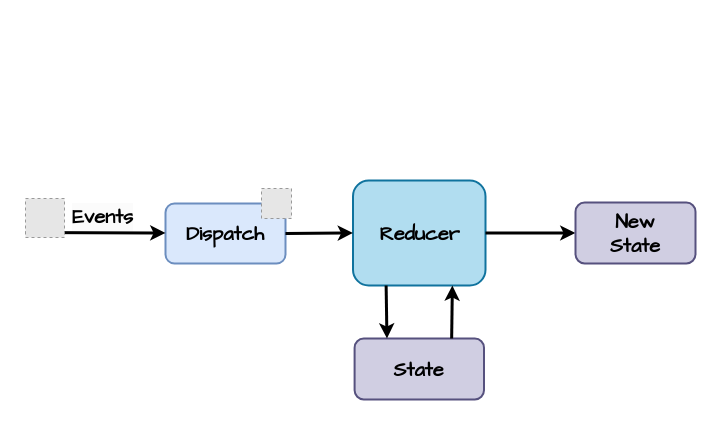
This is page "reducer-pattern" (8 of 10) of docs/drawio/kresil-diagrams.drawio from kresil/project-documentation, a draw.io file, before an edit. Source tidied: cells renumbered, new cells numbered last; positions are measured from the earlier drawing's top-left corner, leaving out a move shared by most shapes. Both pictures are drawn from the tidied source at 100%, with x=0, y=0 at pixel (25, 180). Pictures stored in the file or linked from it are replaced by grey dashed boxes.
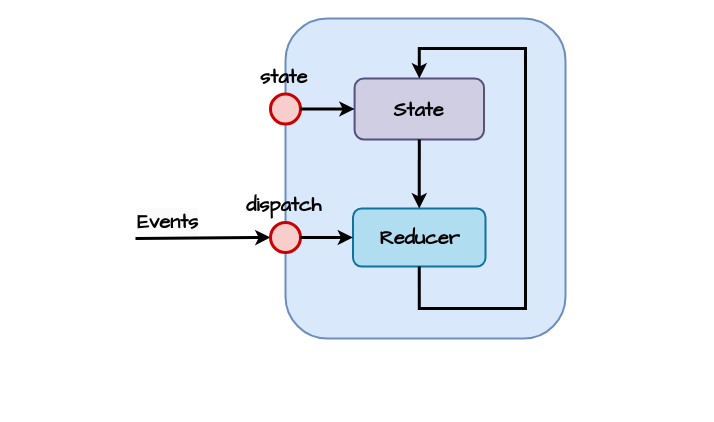
The same diagram, later.

Diff of the diagram source:
```diff
@@
 <mxGraphModel>
   <root>
     <mxCell id="0" />
     <mxCell id="1" parent="0" />
+    <mxCell id="14" style="rounded=1;whiteSpace=wrap;html=1;fillColor=#dae8fc;strokeColor=#6c8ebf;fillStyle=solid;strokeWidth=2;" parent="1" vertex="1">
+      <mxGeometry x="260" y="-162" width="280" height="320" as="geometry" />
+    </mxCell>
     <mxCell id="2" value="&lt;font size=&quot;1&quot; face=&quot;Comic Sans MS&quot;&gt;&lt;b style=&quot;font-size: 20px;&quot;&gt;Reducer&lt;/b&gt;&lt;/font&gt;" style="rounded=1;whiteSpace=wrap;html=1;fillColor=#b1ddf0;strokeColor=#10739e;fillStyle=solid;strokeWidth=2;" parent="1" vertex="1">
-      <mxGeometry x="327.5" width="132.5" height="105" as="geometry" />
+      <mxGeometry x="327.5" y="28" width="132.5" height="58" as="geometry" />
     </mxCell>
     <mxCell id="3" value="&lt;div&gt;&lt;font size=&quot;1&quot; face=&quot;Comic Sans MS&quot;&gt;&lt;b style=&quot;font-size: 20px;&quot;&gt;&lt;br&gt;&lt;/b&gt;&lt;/font&gt;&lt;/div&gt;&lt;font size=&quot;1&quot; face=&quot;Comic Sans MS&quot;&gt;&lt;b style=&quot;font-size: 20px;&quot;&gt;State&lt;/b&gt;&lt;/font&gt;&lt;div&gt;&lt;font size=&quot;1&quot; face=&quot;Comic Sans MS&quot;&gt;&lt;b style=&quot;font-size: 20px;&quot;&gt;&lt;br&gt;&lt;/b&gt;&lt;/font&gt;&lt;/div&gt;" style="rounded=1;whiteSpace=wrap;html=1;fillColor=#d0cee2;strokeColor=#56517e;fillStyle=solid;strokeWidth=2;" parent="1" vertex="1">
-      <mxGeometry x="329.1" y="158" width="129.4" height="61" as="geometry" />
+      <mxGeometry x="329.1" y="-102" width="129.4" height="61" as="geometry" />
     </mxCell>
-    <mxCell id="4" style="endArrow=classic;html=1;rounded=0;strokeWidth=3;exitX=1;exitY=0.5;exitDx=0;exitDy=0;entryX=0;entryY=0.5;entryDx=0;entryDy=0;" parent="1" edge="1" source="2" target="10">
-      <mxGeometry relative="1" as="geometry" />
-    </mxCell>
-    <mxCell id="5" value="&lt;div&gt;&lt;font face=&quot;Comic Sans MS&quot;&gt;&lt;span style=&quot;font-size: 20px;&quot;&gt;&lt;b&gt;Dispatch&lt;/b&gt;&lt;/span&gt;&lt;/font&gt;&lt;/div&gt;" style="rounded=1;whiteSpace=wrap;html=1;fillColor=#dae8fc;strokeColor=#6c8ebf;fillStyle=solid;strokeWidth=2;" parent="1" vertex="1">
-      <mxGeometry x="140" y="23" width="120" height="60" as="geometry" />
-    </mxCell>
-    <mxCell id="6" style="endArrow=classic;html=1;rounded=0;strokeWidth=3;entryX=0;entryY=0.5;entryDx=0;entryDy=0;" parent="1" edge="1">
+    <mxCell id="6" style="endArrow=classic;html=1;rounded=0;strokeWidth=3;entryX=0;entryY=0.5;entryDx=0;entryDy=0;" parent="1" edge="1" target="15">
       <mxGeometry relative="1" as="geometry">
-        <mxPoint y="52" as="sourcePoint" />
-        <mxPoint x="140" y="52.5" as="targetPoint" />
+        <mxPoint x="110" y="58" as="sourcePoint" />
       </mxGeometry>
     </mxCell>
-    <mxCell id="7" style="endArrow=classic;html=1;rounded=0;strokeWidth=3;entryX=0;entryY=0.5;entryDx=0;entryDy=0;exitX=1;exitY=0.5;exitDx=0;exitDy=0;" parent="1" edge="1" source="5" target="2">
-      <mxGeometry relative="1" as="geometry" />
-    </mxCell>
+    <mxCell id="11" value="&lt;b style=&quot;forced-color-adjust: none; color: rgb(0, 0, 0); font-family: &amp;quot;Comic Sans MS&amp;quot;; font-size: 20px; font-style: normal; font-variant-ligatures: normal; font-variant-caps: normal; letter-spacing: normal; orphans: 2; text-align: center; text-indent: 0px; text-transform: none; widows: 2; word-spacing: 0px; -webkit-text-stroke-width: 0px; white-space: normal; background-color: rgb(251, 251, 251); text-decoration-thickness: initial; text-decoration-style: initial; text-decoration-color: initial;&quot;&gt;Events&lt;/b&gt;" style="text;whiteSpace=wrap;html=1;" parent="1" vertex="1">
+      <mxGeometry x="110" y="23" width="120" height="50" as="geometry" />
+    </mxCell>
+    <mxCell id="9" style="endArrow=classic;html=1;rounded=0;strokeWidth=3;entryX=0.5;entryY=0;entryDx=0;entryDy=0;exitX=0.5;exitY=1;exitDx=0;exitDy=0;" parent="1" edge="1" source="3" target="2">
+      <mxGeometry relative="1" as="geometry" />
+    </mxCell>
-    <mxCell id="8" style="endArrow=classic;html=1;rounded=0;strokeWidth=3;entryX=0.25;entryY=0;entryDx=0;entryDy=0;exitX=0.25;exitY=1;exitDx=0;exitDy=0;" parent="1" edge="1" source="2" target="3">
-      <mxGeometry relative="1" as="geometry" />
+    <mxCell id="8" style="endArrow=classic;html=1;rounded=0;strokeWidth=3;exitX=0.5;exitY=1;exitDx=0;exitDy=0;entryX=0.5;entryY=0;entryDx=0;entryDy=0;edgeStyle=orthogonalEdgeStyle;" parent="1" edge="1" source="2" target="3">
+      <mxGeometry relative="1" as="geometry">
+        <Array as="points">
+          <mxPoint x="394" y="128" />
+          <mxPoint x="500" y="128" />
+          <mxPoint x="500" y="-132" />
+          <mxPoint x="394" y="-132" />
+        </Array>
+      </mxGeometry>
     </mxCell>
-    <mxCell id="9" style="endArrow=classic;html=1;rounded=0;strokeWidth=3;exitX=0.75;exitY=0;exitDx=0;exitDy=0;entryX=0.75;entryY=1;entryDx=0;entryDy=0;" parent="1" edge="1" source="3" target="2">
-      <mxGeometry relative="1" as="geometry" />
-    </mxCell>
-    <mxCell id="10" value="&lt;div&gt;&lt;font size=&quot;1&quot; face=&quot;Comic Sans MS&quot;&gt;&lt;b style=&quot;font-size: 20px;&quot;&gt;&lt;br&gt;&lt;/b&gt;&lt;/font&gt;&lt;/div&gt;&lt;font size=&quot;1&quot; face=&quot;Comic Sans MS&quot;&gt;&lt;b style=&quot;font-size: 20px;&quot;&gt;New&lt;/b&gt;&lt;/font&gt;&lt;div&gt;&lt;font size=&quot;1&quot; face=&quot;Comic Sans MS&quot;&gt;&lt;b style=&quot;font-size: 20px;&quot;&gt;State&lt;/b&gt;&lt;/font&gt;&lt;div&gt;&lt;font size=&quot;1&quot; face=&quot;Comic Sans MS&quot;&gt;&lt;b style=&quot;font-size: 20px;&quot;&gt;&lt;br&gt;&lt;/b&gt;&lt;/font&gt;&lt;/div&gt;&lt;/div&gt;" style="rounded=1;whiteSpace=wrap;html=1;fillColor=#d0cee2;strokeColor=#56517e;fillStyle=solid;strokeWidth=2;" parent="1" vertex="1">
-      <mxGeometry x="550" y="22" width="120" height="61" as="geometry" />
-    </mxCell>
-    <mxCell id="11" value="&lt;b style=&quot;forced-color-adjust: none; color: rgb(0, 0, 0); font-family: &amp;quot;Comic Sans MS&amp;quot;; font-size: 20px; font-style: normal; font-variant-ligatures: normal; font-variant-caps: normal; letter-spacing: normal; orphans: 2; text-align: center; text-indent: 0px; text-transform: none; widows: 2; word-spacing: 0px; -webkit-text-stroke-width: 0px; white-space: normal; background-color: rgb(251, 251, 251); text-decoration-thickness: initial; text-decoration-style: initial; text-decoration-color: initial;&quot;&gt;Events&lt;/b&gt;" style="text;whiteSpace=wrap;html=1;" parent="1" vertex="1">
-      <mxGeometry x="45" y="18" width="120" height="50" as="geometry" />
-    </mxCell>
-    <mxCell id="12" style="fillColor=#E6E6E6;strokeColor=#999999;dashed=1;verticalLabelPosition=bottom;labelBackgroundColor=default;verticalAlign=top;" parent="1" vertex="1">
-      <mxGeometry y="18" width="39" height="39" as="geometry" />
-    </mxCell>
-    <mxCell id="13" style="fillColor=#E6E6E6;strokeColor=#999999;dashed=1;verticalLabelPosition=bottom;labelBackgroundColor=default;verticalAlign=top;" parent="1" vertex="1">
-      <mxGeometry x="236" y="8" width="30" height="30" as="geometry" />
-    </mxCell>
+    <mxCell id="15" style="ellipse;whiteSpace=wrap;html=1;fillColor=#f8cecc;strokeColor=#CC0000;strokeWidth=3;" parent="1" vertex="1">
+      <mxGeometry x="245" y="42" width="30" height="30" as="geometry" />
+    </mxCell>
+    <mxCell id="16" style="endArrow=classic;html=1;rounded=0;strokeWidth=3;entryX=0;entryY=0.5;entryDx=0;entryDy=0;exitX=1;exitY=0.5;exitDx=0;exitDy=0;" parent="1" edge="1" source="15" target="2">
+      <mxGeometry relative="1" as="geometry" />
+    </mxCell>
+    <mxCell id="17" value="&lt;b style=&quot;forced-color-adjust: none; color: rgb(0, 0, 0); font-style: normal; font-variant-ligatures: normal; font-variant-caps: normal; letter-spacing: normal; orphans: 2; text-indent: 0px; text-transform: none; widows: 2; word-spacing: 0px; -webkit-text-stroke-width: 0px; white-space: normal; text-decoration-thickness: initial; text-decoration-style: initial; text-decoration-color: initial; font-family: &amp;quot;Comic Sans MS&amp;quot;; font-size: 20px; text-align: center;&quot;&gt;dispatch&lt;/b&gt;" style="text;whiteSpace=wrap;html=1;" parent="1" vertex="1">
+      <mxGeometry x="219" y="6" width="100" height="50" as="geometry" />
+    </mxCell>
+    <mxCell id="18" style="ellipse;whiteSpace=wrap;html=1;fillColor=#f8cecc;strokeColor=#CC0000;strokeWidth=3;" parent="1" vertex="1">
+      <mxGeometry x="245" y="-86.5" width="30" height="30" as="geometry" />
+    </mxCell>
+    <mxCell id="19" style="endArrow=classic;html=1;rounded=0;strokeWidth=3;entryX=0;entryY=0.5;entryDx=0;entryDy=0;exitX=1;exitY=0.5;exitDx=0;exitDy=0;" parent="1" edge="1" source="18" target="3">
+      <mxGeometry relative="1" as="geometry" />
+    </mxCell>
+    <mxCell id="20" value="&lt;b style=&quot;forced-color-adjust: none; color: rgb(0, 0, 0); font-style: normal; font-variant-ligatures: normal; font-variant-caps: normal; letter-spacing: normal; orphans: 2; text-indent: 0px; text-transform: none; widows: 2; word-spacing: 0px; -webkit-text-stroke-width: 0px; white-space: normal; text-decoration-thickness: initial; text-decoration-style: initial; text-decoration-color: initial; font-family: &amp;quot;Comic Sans MS&amp;quot;; font-size: 20px; text-align: center;&quot;&gt;state&lt;/b&gt;" style="text;whiteSpace=wrap;html=1;" parent="1" vertex="1">
+      <mxGeometry x="233" y="-122" width="100" height="50" as="geometry" />
+    </mxCell>
   </root>
 </mxGraphModel>
```
